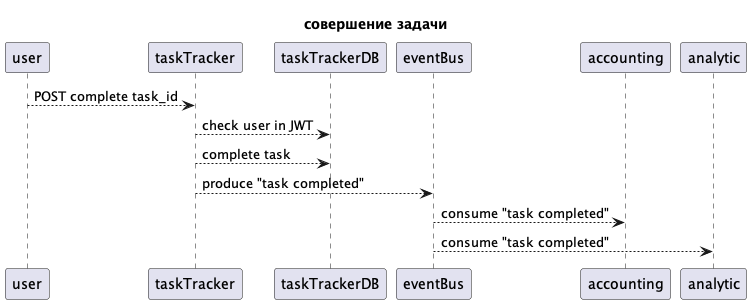
This is docs/render/complete_task_flow.png from mhanygin/aTES, a PlantUML export, as it was before one commit.
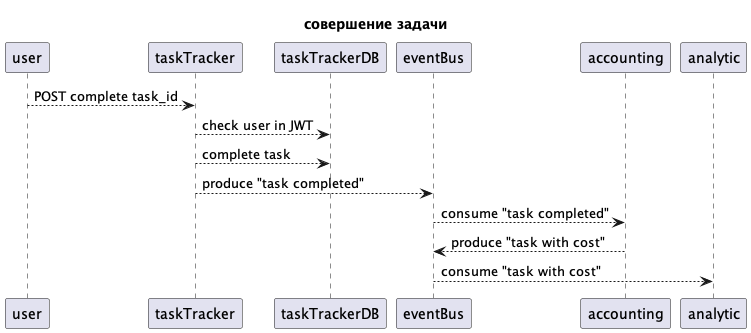
After the commit.

Diff of the diagram source:
```diff
@@ -8,7 +8,8 @@
 taskTracker --> taskTrackerDB: complete task
 taskTracker --> eventBus: produce "task completed"
 eventBus --> accounting: consume "task completed"
-eventBus --> analytic: consume "task completed"
+accounting --> eventBus: produce "task with cost"
+eventBus --> analytic: consume "task with cost"
 !endsub
 
 @enduml
```
